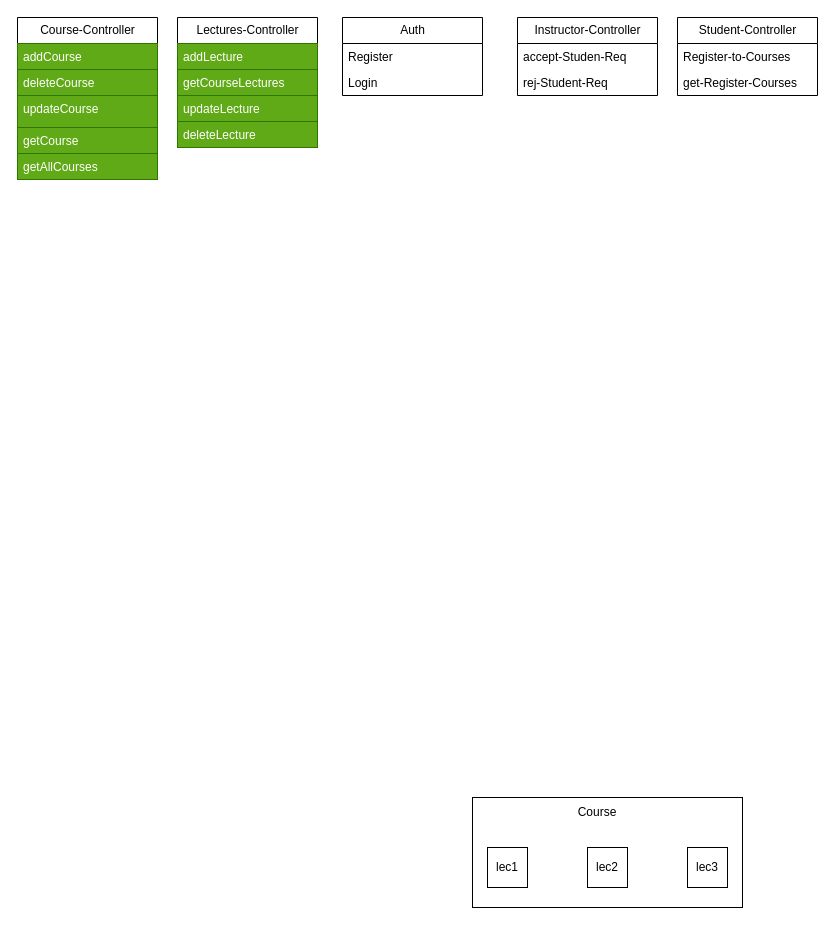
Earlier version of the draw.io diagram design.drawio (EssamGhanem/Educational-Platform). Source tidied: cells renumbered, new cells numbered last; positions are measured from the earlier drawing's top-left corner, leaving out a move shared by most shapes. Both pictures are drawn from the tidied source at 100%, with x=0, y=0 at pixel (17, 17).
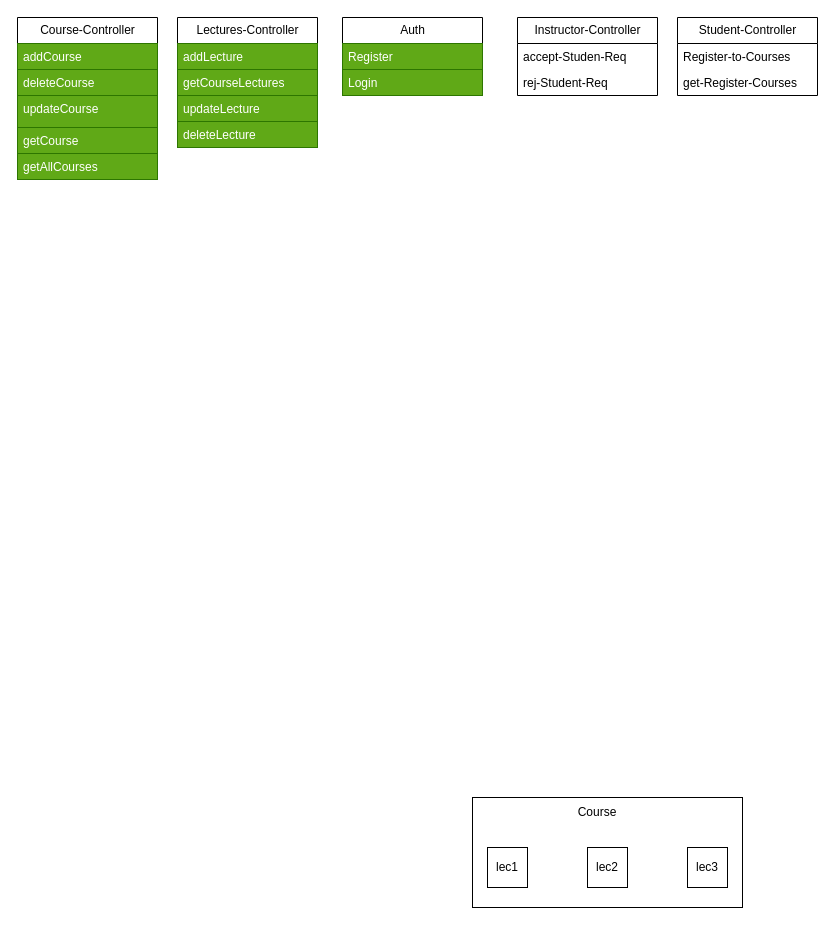
The same diagram, later.

The change refers to these unchanged cells:
```xml
<mxCell id="27" value="Auth" style="swimlane;fontStyle=0;horizontal=1;startSize=26;fillColor=none;html=1;" parent="1" vertex="1">
  <mxGeometry x="325" width="140" height="78" as="geometry" />
</mxCell>
```

The edit, as a diff of the source:
```diff
@@
-    <mxCell id="28" value="Register" style="text;strokeColor=none;fillColor=none;align=left;verticalAlign=top;spacingLeft=4;spacingRight=4;overflow=hidden;whiteSpace=wrap;html=1;" parent="27" vertex="1">
+    <mxCell id="28" value="Register" style="text;strokeColor=#2D7600;fillColor=#60a917;align=left;verticalAlign=top;spacingLeft=4;spacingRight=4;overflow=hidden;whiteSpace=wrap;html=1;fontColor=#ffffff;" parent="27" vertex="1">
       <mxGeometry y="26" width="140" height="26" as="geometry" />
     </mxCell>
-    <mxCell id="29" value="Login" style="text;strokeColor=none;fillColor=none;align=left;verticalAlign=top;spacingLeft=4;spacingRight=4;overflow=hidden;whiteSpace=wrap;html=1;" parent="27" vertex="1">
+    <mxCell id="29" value="Login" style="text;strokeColor=#2D7600;fillColor=#60a917;align=left;verticalAlign=top;spacingLeft=4;spacingRight=4;overflow=hidden;whiteSpace=wrap;html=1;fontColor=#ffffff;" parent="27" vertex="1">
       <mxGeometry y="52" width="140" height="26" as="geometry" />
     </mxCell>
```
